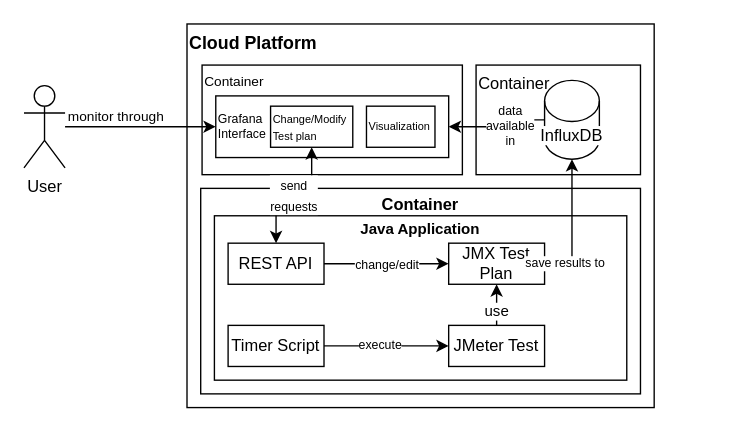
This is Documentation/Diagrams/system_diagrams/systemDiagram.drawio from ruipinto17/IndustrialConsultingProject-COM617, a draw.io file, before an edit. Source tidied: cells renumbered, new cells numbered last; positions are measured from the earlier drawing's top-left corner, leaving out a move shared by most shapes. Both pictures are drawn from the tidied source at 137%, with x=0, y=0 at pixel (23, 23).
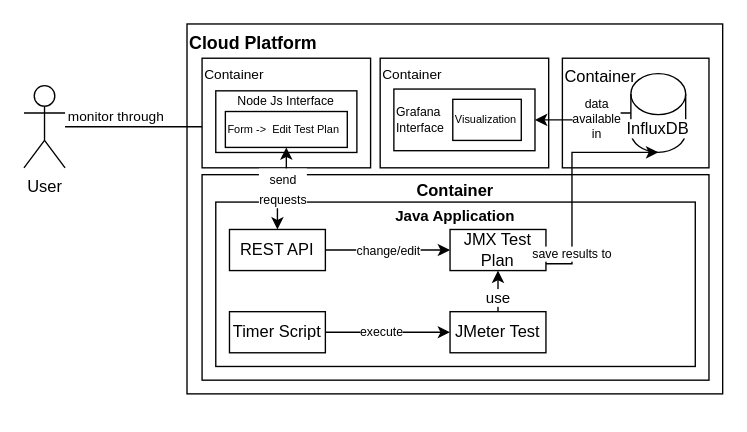
The same page after the edit.

Commit message (it also covers changes not shown here):
updated system diagram

What changed in the source:
```diff
@@
     <mxCell id="2" value="Cloud Platform" style="rounded=0;whiteSpace=wrap;html=1;align=left;verticalAlign=top;fontStyle=1;fontSize=13;" parent="1" vertex="1">
-      <mxGeometry x="119" width="341" height="280" as="geometry" />
+      <mxGeometry x="119" width="391" height="270" as="geometry" />
     </mxCell>
     <mxCell id="3" value="Container" style="rounded=0;whiteSpace=wrap;html=1;align=center;verticalAlign=top;fontStyle=1;fontSize=12;spacing=0;" parent="1" vertex="1">
-      <mxGeometry x="129" y="120" width="321" height="150" as="geometry" />
+      <mxGeometry x="130" y="110" width="370" height="150" as="geometry" />
     </mxCell>
@@
     <mxCell id="5" value="Container" style="rounded=0;whiteSpace=wrap;html=1;align=left;verticalAlign=top;" parent="1" vertex="1">
-      <mxGeometry x="330" y="30" width="120" height="80" as="geometry" />
+      <mxGeometry x="393" y="25" width="107" height="80" as="geometry" />
     </mxCell>
     <mxCell id="6" value="&lt;span style=&quot;background-color: rgb(255 , 255 , 255)&quot;&gt;InfluxDB&lt;/span&gt;" style="shape=cylinder3;whiteSpace=wrap;html=1;boundedLbl=1;backgroundOutline=1;size=15;align=center;" parent="1" vertex="1">
-      <mxGeometry x="380" y="41.2" width="40" height="57.5" as="geometry" />
+      <mxGeometry x="443" y="36.2" width="40" height="57.5" as="geometry" />
     </mxCell>
     <mxCell id="7" value="Container" style="rounded=0;whiteSpace=wrap;html=1;align=left;verticalAlign=top;fontSize=10;horizontal=1;" parent="1" vertex="1">
-      <mxGeometry x="130" y="30" width="190" height="80" as="geometry" />
+      <mxGeometry x="260" y="25" width="123" height="80" as="geometry" />
     </mxCell>
     <mxCell id="8" value="Grafana&lt;br style=&quot;font-size: 9px;&quot;&gt;Interface" style="rounded=0;whiteSpace=wrap;html=1;align=left;verticalAlign=middle;fontSize=9;" parent="1" vertex="1">
-      <mxGeometry x="140" y="52.5" width="170" height="45" as="geometry" />
+      <mxGeometry x="270" y="47.5" width="103" height="45" as="geometry" />
     </mxCell>
     <mxCell id="9" value="data &lt;br style=&quot;font-size: 9px;&quot;&gt;available&lt;br style=&quot;font-size: 9px;&quot;&gt;in" style="edgeStyle=orthogonalEdgeStyle;rounded=0;jettySize=auto;html=1;entryX=1;entryY=0.5;entryDx=0;entryDy=0;fontSize=9;" parent="1" edge="1" source="6" target="8">
       <mxGeometry x="-0.2" relative="1" as="geometry">
         <Array as="points">
-          <mxPoint x="365" y="70" />
-          <mxPoint x="365" y="75" />
+          <mxPoint x="428" y="65" />
+          <mxPoint x="428" y="70" />
         </Array>
       </mxGeometry>
     </mxCell>
     <mxCell id="10" value="Java Application" style="rounded=0;whiteSpace=wrap;html=1;align=center;verticalAlign=top;fontStyle=1;fontSize=11;spacing=-1;" parent="1" vertex="1">
-      <mxGeometry x="139" y="140" width="301" height="120" as="geometry" />
+      <mxGeometry x="140" y="130" width="350" height="120" as="geometry" />
     </mxCell>
     <mxCell id="11" value="Timer Script" style="rounded=0;whiteSpace=wrap;html=1;align=center;verticalAlign=middle;" parent="1" vertex="1">
-      <mxGeometry x="149" y="220" width="70" height="30" as="geometry" />
+      <mxGeometry x="150" y="210" width="70" height="30" as="geometry" />
     </mxCell>
     <mxCell id="12" value="JMeter Test" style="rounded=0;whiteSpace=wrap;html=1;align=center;verticalAlign=middle;" parent="1" vertex="1">
-      <mxGeometry x="310" y="220" width="70" height="30" as="geometry" />
+      <mxGeometry x="311" y="210" width="70" height="30" as="geometry" />
     </mxCell>
@@
     <mxCell id="15" value="JMX Test Plan" style="rounded=0;whiteSpace=wrap;html=1;align=center;glass=0;" parent="1" vertex="1">
-      <mxGeometry x="310" y="160" width="70" height="30" as="geometry" />
+      <mxGeometry x="311" y="150" width="70" height="30" as="geometry" />
     </mxCell>
@@
     <mxCell id="18" value="Visualization" style="rounded=0;whiteSpace=wrap;html=1;fontSize=8;align=left;" parent="1" vertex="1">
-      <mxGeometry x="250" y="60" width="50" height="30" as="geometry" />
+      <mxGeometry x="313" y="55" width="50" height="30" as="geometry" />
     </mxCell>
@@
     <mxCell id="20" value="REST API" style="rounded=0;whiteSpace=wrap;html=1;align=center;verticalAlign=middle;" parent="1" vertex="1">
-      <mxGeometry x="149" y="160" width="70" height="30" as="geometry" />
+      <mxGeometry x="150" y="150" width="70" height="30" as="geometry" />
     </mxCell>
+    <mxCell id="23" value="Container" style="rounded=0;whiteSpace=wrap;html=1;align=left;verticalAlign=top;fontSize=10;horizontal=1;" parent="1" vertex="1">
+      <mxGeometry x="130" y="25" width="123" height="80" as="geometry" />
+    </mxCell>
+    <mxCell id="24" value="Node Js Interface" style="rounded=0;whiteSpace=wrap;html=1;align=center;verticalAlign=top;fontSize=9;spacingTop=-4;" parent="1" vertex="1">
+      <mxGeometry x="140" y="48.8" width="103" height="45" as="geometry" />
+    </mxCell>
+    <mxCell id="25" value="Form -&amp;gt;&amp;nbsp; Edit Test Plan" style="rounded=0;whiteSpace=wrap;html=1;fontSize=8;align=left;" parent="1" vertex="1">
+      <mxGeometry x="147" y="63.9" width="89" height="26.2" as="geometry" />
+    </mxCell>
-    <mxCell id="21" value="&lt;font style=&quot;font-size: 9px&quot;&gt;send&lt;br&gt;requests&lt;/font&gt;" style="edgeStyle=orthogonalEdgeStyle;rounded=0;jettySize=auto;html=1;entryX=0.5;entryY=0;entryDx=0;entryDy=0;fontSize=12;startArrow=classic;startFill=1;" parent="1" edge="1" source="22" target="20">
+    <mxCell id="21" value="&lt;font style=&quot;font-size: 9px&quot;&gt;send&lt;br&gt;requests&lt;/font&gt;" style="edgeStyle=orthogonalEdgeStyle;rounded=0;jettySize=auto;html=1;entryX=0.5;entryY=0;entryDx=0;entryDy=0;fontSize=12;startArrow=classic;startFill=1;exitX=0.5;exitY=1;exitDx=0;exitDy=0;" parent="1" edge="1" source="25" target="20">
       <mxGeometry relative="1" as="geometry" />
     </mxCell>
-    <mxCell id="22" value="&lt;font style=&quot;font-size: 8px&quot;&gt;Change/Modify&lt;br&gt;Test plan&lt;/font&gt;" style="rounded=0;whiteSpace=wrap;html=1;fontSize=10;align=left;" parent="1" vertex="1">
-      <mxGeometry x="180" y="60" width="60" height="30" as="geometry" />
-    </mxCell>
```
